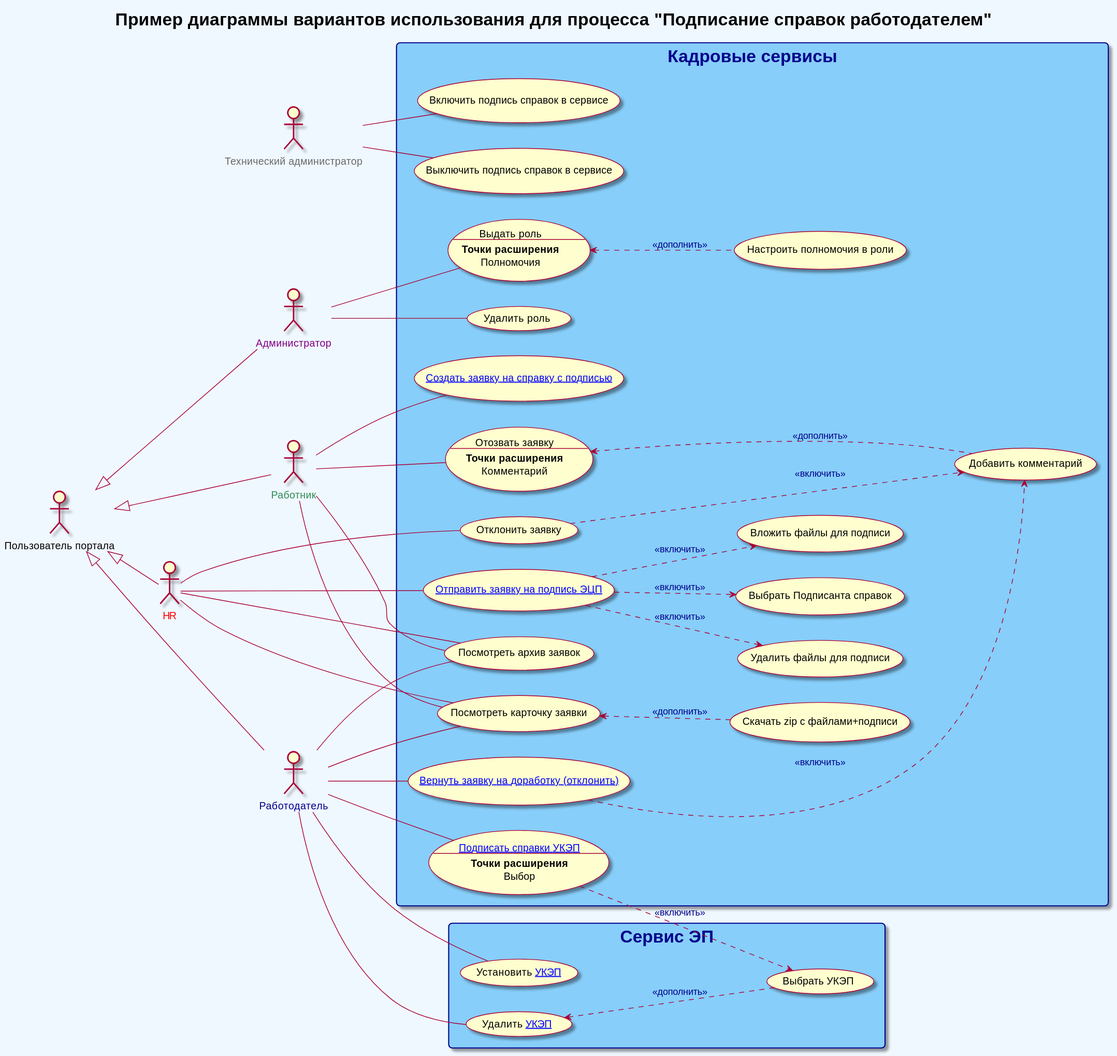
Above: certificate_signing_example.svg in okunev-e/plantuml_examples (PlantUML), before the change.
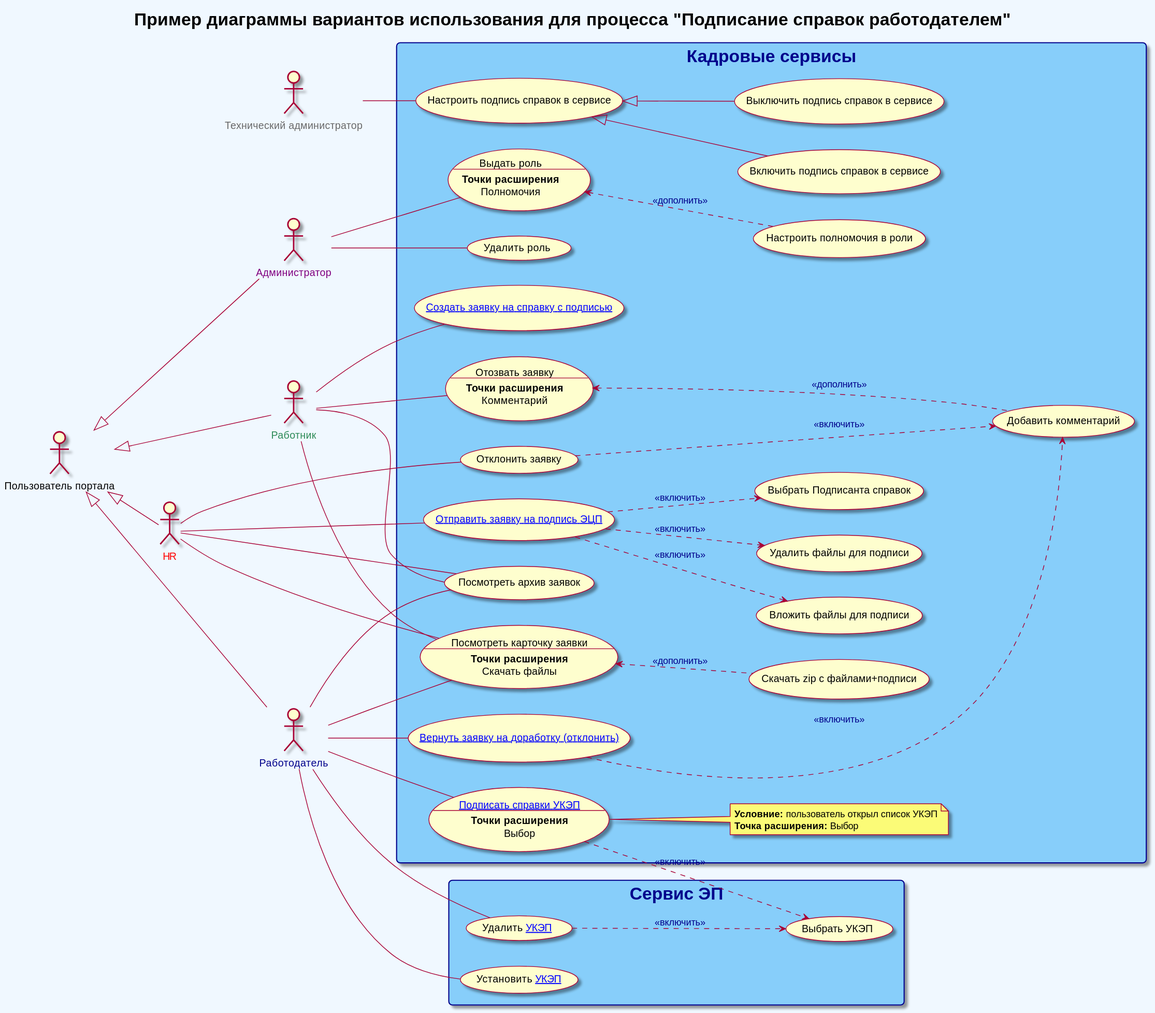
The same diagram one commit later.

Commit message:
usecase example updated

The edit, as a diff of the source:
```diff
@@ -37,6 +37,7 @@
     Полномочия
     "
     (Удалить роль) as DelRole
+    (Настроить подпись справок в сервисе) as SetSignInServices
     (Включить подпись справок в сервисе) as FLAGES
     (Выключить подпись справок в сервисе) as FLAGR
     usecase SignCerts as "[[https://github.com/okunev-e/plantuml_examples/tree/main Подписать справки УКЭП]]
@@ -44,6 +45,10 @@
     <b>Точки расширения</b>
     Выбор
     "
+    Note right of SignCerts
+    <b>Условние:</b> пользователь открыл список УКЭП
+    <b>Точка расширения:</b> Выбор
+    end Note
     ([[https://github.com/okunev-e/plantuml_examples/tree/main Создать заявку на справку с подписью]]) as CreareReq
     usecase ReqCallback as "Отозвать заявку
     --
@@ -57,7 +62,11 @@
     (Удалить файлы для подписи) as DelFiles
     (Скачать zip с файлами+подписи) as DownloadZIP
     (Посмотреть архив заявок)
-    (Посмотреть карточку заявки)
+    usecase LookAtCard as "Посмотреть карточку заявки
+    --
+    <b>Точки расширения</b>
+    Скачать файлы
+    "
     usecase "[[https://github.com/okunev-e/plantuml_examples/tree/main Вернуть заявку на доработку (отклонить)]]" as ReturnRequestToHR
     (Добавить комментарий) as AddComment
 }
@@ -80,12 +89,13 @@
 webportal_user <|-- hr
 webportal_user <|-- signer
 
-techadm -- FLAGES
-techadm -- FLAGR
+techadm -- SetSignInServices
+SetSignInServices <|-- FLAGES
+SetSignInServices <|-- FLAGR
 
 signer -- SignCerts
 signer -- (Посмотреть архив заявок)
-signer -- (Посмотреть карточку заявки)
+signer -- LookAtCard
 signer -- SetEQES
 signer -- DelEQES
 signer -- ReturnRequestToHR
@@ -97,21 +107,22 @@
 worker -- CreareReq
 worker -- ReqCallback
 worker -- (Посмотреть архив заявок)
-worker -- (Посмотреть карточку заявки)
+worker -- LookAtCard
 
 hr --- (Отклонить заявку)
 hr -- SendToSigner
 hr -- (Посмотреть архив заявок)
-hr -- (Посмотреть карточку заявки)
+hr -- LookAtCard
 
 SendToSigner .down.> SetSigner: <<включить>>
 SendToSigner .down.> AddFiles: <<включить>>
 SendToSigner .down.> DelFiles: <<включить>>
 SignCerts ..> SelectEQES: <<включить>>
-(Посмотреть карточку заявки) <.down. DownloadZIP:  <<дополнить>>
-DelEQES <.down. SelectEQES: <<дополнить>>
+LookAtCard <.down. DownloadZIP:  <<дополнить>>
+DelEQES .down.> SelectEQES: <<включить>>
 ReqCallback <.down.. AddComment: <<дополнить>>
 (Отклонить заявку) ..down.> AddComment: <<включить>>
 ReturnRequestToHR ..down.> AddComment: <<включить>>
 
+
 @enduml
```
